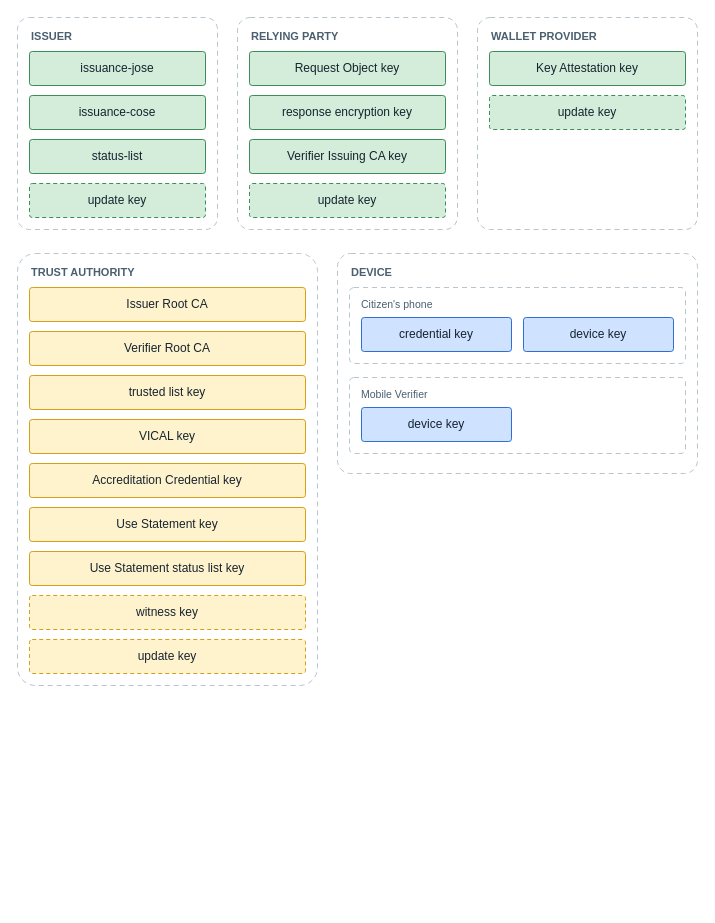
The draw.io diagram images/architecture-framework/trust-model/every-key-by-party.drawio in id-verifiable-credential-dev/id-doc-idctf, before the edit. Source tidied: cells renumbered, new cells numbered last; positions are measured from the earlier drawing's top-left corner, leaving out a move shared by most shapes. Both pictures are drawn from the tidied source at 100%, with x=0, y=0 at pixel (17, 17).
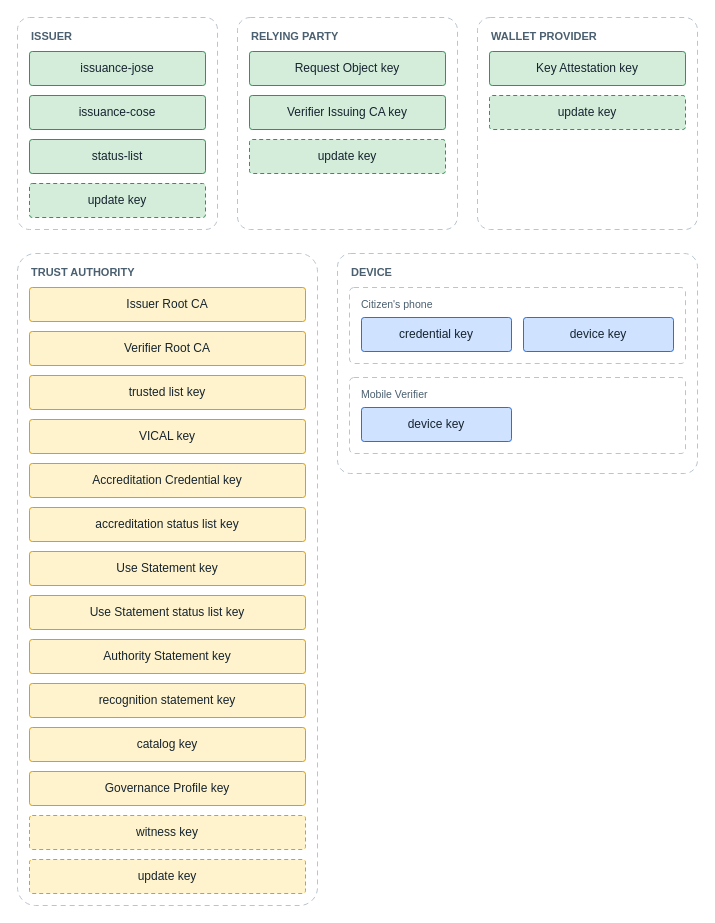
The same diagram, later.

What changed in the source:
```diff
@@
-    <mxCell id="9" value="response encryption key" style="rounded=1;arcSize=8;fillColor=#d4edda;strokeColor=#3c8d5a;fontSize=12;fontColor=#16242f;html=1;whiteSpace=wrap;verticalAlign=middle;" parent="1" vertex="1">
-      <mxGeometry x="232" y="78" width="196" height="34" as="geometry" />
-    </mxCell>
     <mxCell id="10" value="Verifier Issuing CA key" style="rounded=1;arcSize=8;fillColor=#d4edda;strokeColor=#3c8d5a;fontSize=12;fontColor=#16242f;html=1;whiteSpace=wrap;verticalAlign=middle;" parent="1" vertex="1">
-      <mxGeometry x="232" y="122" width="196" height="34" as="geometry" />
+      <mxGeometry x="232" y="78" width="196" height="34" as="geometry" />
     </mxCell>
     <mxCell id="11" value="update key" style="rounded=1;arcSize=8;fillColor=#d4edda;strokeColor=#3c8d5a;dashed=1;dashPattern=4 3;fontSize=12;fontColor=#16242f;html=1;whiteSpace=wrap;verticalAlign=middle;" parent="1" vertex="1">
-      <mxGeometry x="232" y="166" width="196" height="34" as="geometry" />
+      <mxGeometry x="232" y="122" width="196" height="34" as="geometry" />
     </mxCell>
@@
     <mxCell id="15" value="TRUST AUTHORITY" style="rounded=1;arcSize=6;fillColor=none;strokeColor=#b8c4ce;dashed=1;dashPattern=5 4;verticalAlign=top;align=left;spacingLeft=12;spacingTop=6;fontSize=11;fontStyle=1;fontColor=#4a5f6f;html=1;" parent="1" vertex="1">
-      <mxGeometry y="236" width="300" height="432" as="geometry" />
+      <mxGeometry y="236" width="300" height="652" as="geometry" />
     </mxCell>
@@
+    <mxCell id="31" value="accreditation status list key" style="rounded=1;arcSize=8;fillColor=#fff3cd;strokeColor=#d4a017;fontSize=12;fontColor=#16242f;html=1;whiteSpace=wrap;verticalAlign=middle;" parent="1" vertex="1">
+      <mxGeometry x="12" y="490" width="276" height="34" as="geometry" />
+    </mxCell>
     <mxCell id="21" value="Use Statement key" style="rounded=1;arcSize=8;fillColor=#fff3cd;strokeColor=#d4a017;fontSize=12;fontColor=#16242f;html=1;whiteSpace=wrap;verticalAlign=middle;" parent="1" vertex="1">
-      <mxGeometry x="12" y="490" width="276" height="34" as="geometry" />
+      <mxGeometry x="12" y="534" width="276" height="34" as="geometry" />
     </mxCell>
     <mxCell id="22" value="Use Statement status list key" style="rounded=1;arcSize=8;fillColor=#fff3cd;strokeColor=#d4a017;fontSize=12;fontColor=#16242f;html=1;whiteSpace=wrap;verticalAlign=middle;" parent="1" vertex="1">
-      <mxGeometry x="12" y="534" width="276" height="34" as="geometry" />
+      <mxGeometry x="12" y="578" width="276" height="34" as="geometry" />
     </mxCell>
+    <mxCell id="32" value="Authority Statement key" style="rounded=1;arcSize=8;fillColor=#fff3cd;strokeColor=#d4a017;fontSize=12;fontColor=#16242f;html=1;whiteSpace=wrap;verticalAlign=middle;" parent="1" vertex="1">
+      <mxGeometry x="12" y="622" width="276" height="34" as="geometry" />
+    </mxCell>
+    <mxCell id="33" value="recognition statement key" style="rounded=1;arcSize=8;fillColor=#fff3cd;strokeColor=#d4a017;fontSize=12;fontColor=#16242f;html=1;whiteSpace=wrap;verticalAlign=middle;" parent="1" vertex="1">
+      <mxGeometry x="12" y="666" width="276" height="34" as="geometry" />
+    </mxCell>
+    <mxCell id="34" value="catalog key" style="rounded=1;arcSize=8;fillColor=#fff3cd;strokeColor=#d4a017;fontSize=12;fontColor=#16242f;html=1;whiteSpace=wrap;verticalAlign=middle;" parent="1" vertex="1">
+      <mxGeometry x="12" y="710" width="276" height="34" as="geometry" />
+    </mxCell>
+    <mxCell id="35" value="Governance Profile key" style="rounded=1;arcSize=8;fillColor=#fff3cd;strokeColor=#d4a017;fontSize=12;fontColor=#16242f;html=1;whiteSpace=wrap;verticalAlign=middle;" parent="1" vertex="1">
+      <mxGeometry x="12" y="754" width="276" height="34" as="geometry" />
+    </mxCell>
     <mxCell id="23" value="witness key" style="rounded=1;arcSize=8;fillColor=#fff3cd;strokeColor=#d4a017;dashed=1;dashPattern=4 3;fontSize=12;fontColor=#16242f;html=1;whiteSpace=wrap;verticalAlign=middle;" parent="1" vertex="1">
-      <mxGeometry x="12" y="578" width="276" height="34" as="geometry" />
+      <mxGeometry x="12" y="798" width="276" height="34" as="geometry" />
     </mxCell>
     <mxCell id="24" value="update key" style="rounded=1;arcSize=8;fillColor=#fff3cd;strokeColor=#d4a017;dashed=1;dashPattern=4 3;fontSize=12;fontColor=#16242f;html=1;whiteSpace=wrap;verticalAlign=middle;" parent="1" vertex="1">
-      <mxGeometry x="12" y="622" width="276" height="34" as="geometry" />
+      <mxGeometry x="12" y="842" width="276" height="34" as="geometry" />
     </mxCell>
```
